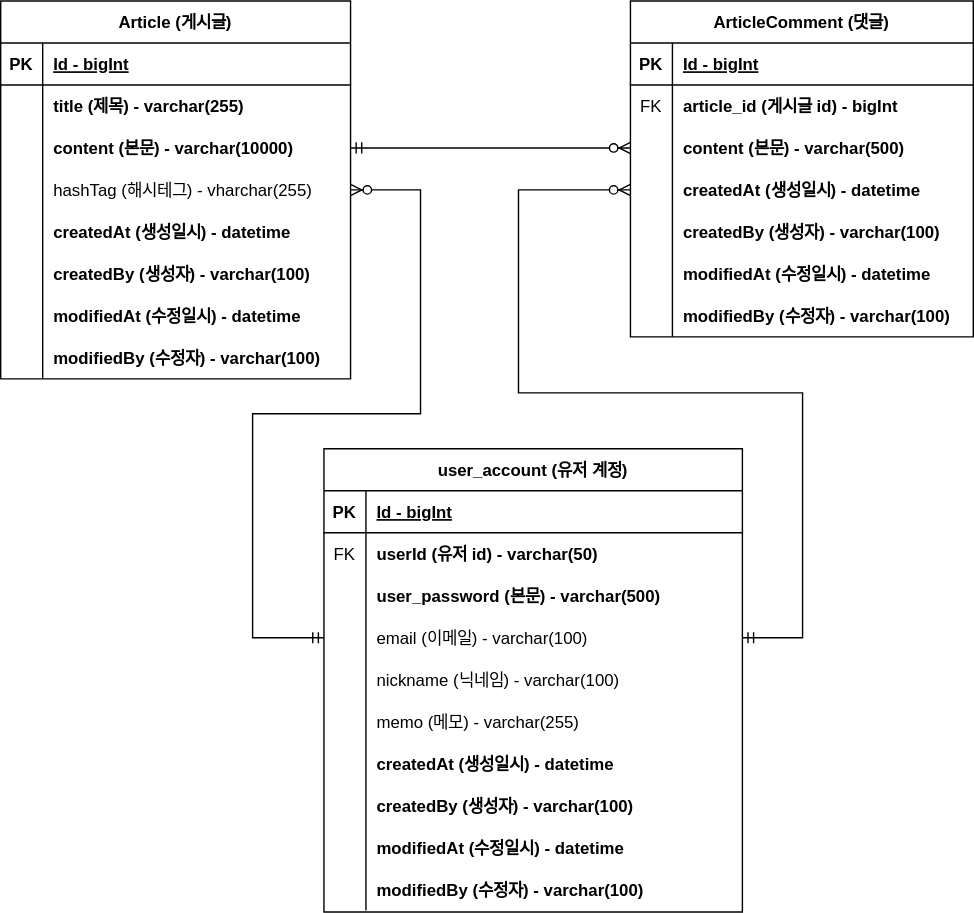
Before: document/project-board-erd.svg, a diagram exported from draw.io (jsc5023/boardProject). Source tidied: cells renumbered, new cells last; positions are measured from the earlier drawing's top-left corner, leaving out a move shared by most shapes.
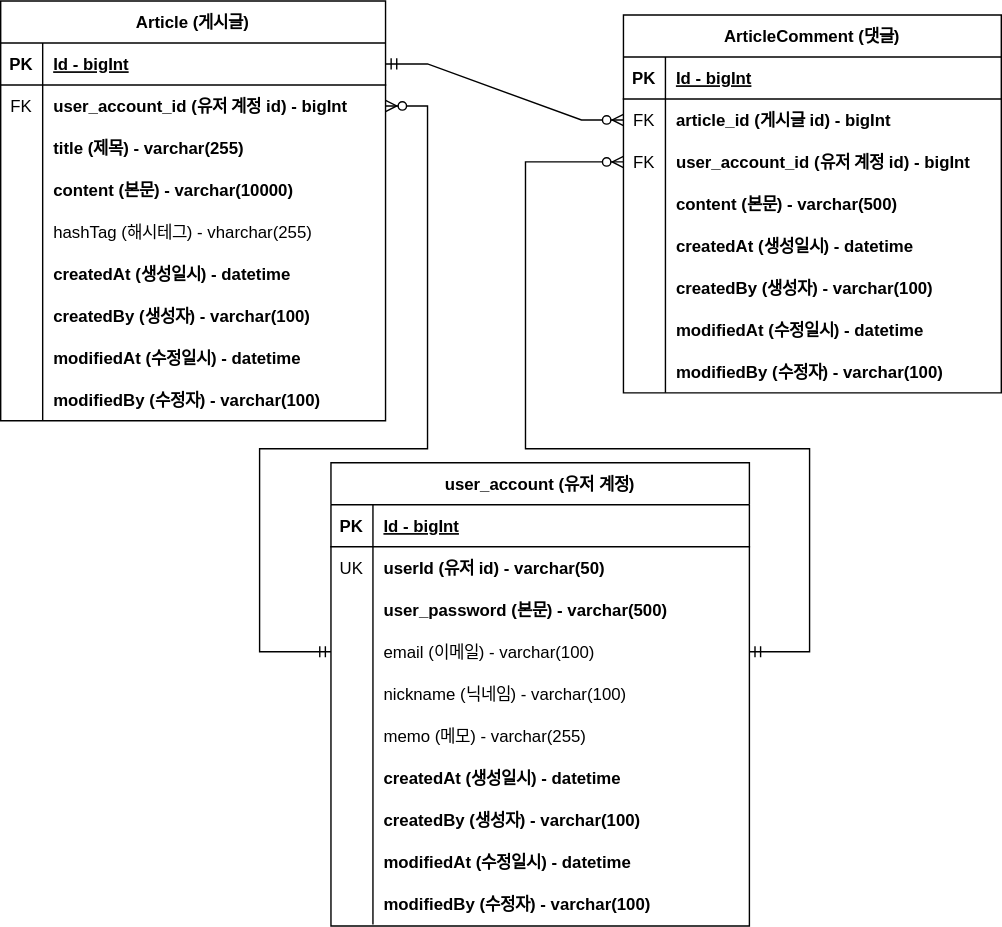
Later version of the same file.

Commit message:
#23 - Article,ArticleComment에 user_account_id 추가, 유저 계정 테이블에 FK -> UK로 userId 변경

The edit, as a diff of the source:
```diff
@@ -3,147 +3,165 @@
     <mxCell id="0" />
     <mxCell id="1" parent="0" />
     <mxCell id="2" value="Article (게시글)" style="shape=table;startSize=30;rowLines=0;fontStyle=1;align=center;" parent="1" vertex="1">
-      <mxGeometry width="250" height="270" as="geometry" />
+      <mxGeometry x="-5" y="-10" width="275" height="300" as="geometry" />
     </mxCell>
     <mxCell id="3" style="shape=tableRow;horizontal=0;startSize=0;swimlaneHead=0;swimlaneBody=0;fillColor=none;points=[[0,0.5],[1,0.5]];portConstraint=eastwest;top=0;left=0;right=0;bottom=1;" parent="2" vertex="1">
-      <mxGeometry y="30" width="250" height="30" as="geometry" />
+      <mxGeometry y="30" width="275" height="30" as="geometry" />
     </mxCell>
     <mxCell id="4" value="PK" style="shape=partialRectangle;fillColor=none;top=0;left=0;bottom=0;right=0;fontStyle=1;overflow=hidden;" parent="3" vertex="1">
       <mxGeometry width="30" height="30" as="geometry" />
     </mxCell>
     <mxCell id="5" value="Id - bigInt" style="shape=partialRectangle;fillColor=none;top=0;left=0;bottom=0;right=0;align=left;spacingLeft=6;fontStyle=5;overflow=hidden;" parent="3" vertex="1">
-      <mxGeometry x="30" width="220" height="30" as="geometry" />
+      <mxGeometry x="30" width="245" height="30" as="geometry" />
     </mxCell>
     <mxCell id="6" style="shape=tableRow;horizontal=0;startSize=0;swimlaneHead=0;swimlaneBody=0;fillColor=none;points=[[0,0.5],[1,0.5]];portConstraint=eastwest;top=0;left=0;right=0;bottom=0;" parent="2" vertex="1">
-      <mxGeometry y="60" width="250" height="30" as="geometry" />
+      <mxGeometry y="60" width="275" height="30" as="geometry" />
     </mxCell>
-    <mxCell id="7" style="shape=partialRectangle;fillColor=none;top=0;left=0;bottom=0;right=0;overflow=hidden;" parent="6" vertex="1">
+    <mxCell id="7" value="FK" style="shape=partialRectangle;fillColor=none;top=0;left=0;bottom=0;right=0;overflow=hidden;" parent="6" vertex="1">
       <mxGeometry width="30" height="30" as="geometry" />
     </mxCell>
-    <mxCell id="8" value="title (제목) - varchar(255)" style="shape=partialRectangle;fillColor=none;top=0;left=0;bottom=0;right=0;align=left;spacingLeft=6;overflow=hidden;fontStyle=1;" parent="6" vertex="1">
-      <mxGeometry x="30" width="220" height="30" as="geometry" />
+    <mxCell id="8" value="user_account_id (유저 계정 id) - bigInt" style="shape=partialRectangle;fillColor=none;top=0;left=0;bottom=0;right=0;align=left;spacingLeft=6;overflow=hidden;fontStyle=1;" parent="6" vertex="1">
+      <mxGeometry x="30" width="245" height="30" as="geometry" />
     </mxCell>
+    <mxCell id="83" style="shape=tableRow;horizontal=0;startSize=0;swimlaneHead=0;swimlaneBody=0;fillColor=none;top=0;left=0;right=0;bottom=0;" parent="2" vertex="1">
+      <mxGeometry y="90" width="275" height="30" as="geometry" />
+    </mxCell>
+    <mxCell id="84" style="shape=partialRectangle;fillColor=none;top=0;left=0;bottom=0;right=0;overflow=hidden;" parent="83" vertex="1">
+      <mxGeometry width="30" height="30" as="geometry" />
+    </mxCell>
+    <mxCell id="85" value="title (제목) - varchar(255)" style="shape=partialRectangle;fillColor=none;top=0;left=0;bottom=0;right=0;align=left;spacingLeft=6;overflow=hidden;fontStyle=1;" parent="83" vertex="1">
+      <mxGeometry x="30" width="245" height="30" as="geometry" />
+    </mxCell>
     <mxCell id="9" style="shape=tableRow;horizontal=0;startSize=0;swimlaneHead=0;swimlaneBody=0;fillColor=none;points=[[0,0.5],[1,0.5]];portConstraint=eastwest;top=0;left=0;right=0;bottom=0;" parent="2" vertex="1">
-      <mxGeometry y="90" width="250" height="30" as="geometry" />
+      <mxGeometry y="120" width="275" height="30" as="geometry" />
     </mxCell>
     <mxCell id="10" style="shape=partialRectangle;fillColor=none;top=0;left=0;bottom=0;right=0;overflow=hidden;" parent="9" vertex="1">
       <mxGeometry width="30" height="30" as="geometry" />
     </mxCell>
     <mxCell id="11" value="content (본문) - varchar(10000)" style="shape=partialRectangle;fillColor=none;top=0;left=0;bottom=0;right=0;align=left;spacingLeft=6;overflow=hidden;fontStyle=1;" parent="9" vertex="1">
-      <mxGeometry x="30" width="220" height="30" as="geometry" />
+      <mxGeometry x="30" width="245" height="30" as="geometry" />
     </mxCell>
     <mxCell id="12" style="shape=tableRow;horizontal=0;startSize=0;swimlaneHead=0;swimlaneBody=0;fillColor=none;points=[[0,0.5],[1,0.5]];portConstraint=eastwest;top=0;left=0;right=0;bottom=0;" parent="2" vertex="1">
-      <mxGeometry y="120" width="250" height="30" as="geometry" />
+      <mxGeometry y="150" width="275" height="30" as="geometry" />
     </mxCell>
     <mxCell id="13" style="shape=partialRectangle;fillColor=none;top=0;left=0;bottom=0;right=0;overflow=hidden;" parent="12" vertex="1">
       <mxGeometry width="30" height="30" as="geometry" />
     </mxCell>
     <mxCell id="14" value="hashTag (해시테그) - vharchar(255)" style="shape=partialRectangle;fillColor=none;top=0;left=0;bottom=0;right=0;align=left;spacingLeft=6;overflow=hidden;" parent="12" vertex="1">
-      <mxGeometry x="30" width="220" height="30" as="geometry" />
+      <mxGeometry x="30" width="245" height="30" as="geometry" />
     </mxCell>
     <mxCell id="15" style="shape=tableRow;horizontal=0;startSize=0;swimlaneHead=0;swimlaneBody=0;fillColor=none;top=0;left=0;right=0;bottom=0;" parent="2" vertex="1">
-      <mxGeometry y="150" width="250" height="30" as="geometry" />
+      <mxGeometry y="180" width="275" height="30" as="geometry" />
     </mxCell>
     <mxCell id="16" style="shape=partialRectangle;fillColor=none;top=0;left=0;bottom=0;right=0;overflow=hidden;" parent="15" vertex="1">
       <mxGeometry width="30" height="30" as="geometry" />
     </mxCell>
     <mxCell id="17" value="createdAt (생성일시) - datetime" style="shape=partialRectangle;fillColor=none;top=0;left=0;bottom=0;right=0;align=left;spacingLeft=6;overflow=hidden;fontStyle=1;" parent="15" vertex="1">
-      <mxGeometry x="30" width="220" height="30" as="geometry" />
+      <mxGeometry x="30" width="245" height="30" as="geometry" />
     </mxCell>
     <mxCell id="18" style="shape=tableRow;horizontal=0;startSize=0;swimlaneHead=0;swimlaneBody=0;fillColor=none;top=0;left=0;right=0;bottom=0;" parent="2" vertex="1">
-      <mxGeometry y="180" width="250" height="30" as="geometry" />
+      <mxGeometry y="210" width="275" height="30" as="geometry" />
     </mxCell>
     <mxCell id="19" style="shape=partialRectangle;fillColor=none;top=0;left=0;bottom=0;right=0;overflow=hidden;" parent="18" vertex="1">
       <mxGeometry width="30" height="30" as="geometry" />
     </mxCell>
     <mxCell id="20" value="createdBy (생성자) - varchar(100)" style="shape=partialRectangle;fillColor=none;top=0;left=0;bottom=0;right=0;align=left;spacingLeft=6;overflow=hidden;fontStyle=1;" parent="18" vertex="1">
-      <mxGeometry x="30" width="220" height="30" as="geometry" />
+      <mxGeometry x="30" width="245" height="30" as="geometry" />
     </mxCell>
     <mxCell id="21" style="shape=tableRow;horizontal=0;startSize=0;swimlaneHead=0;swimlaneBody=0;fillColor=none;top=0;left=0;right=0;bottom=0;" parent="2" vertex="1">
-      <mxGeometry y="210" width="250" height="30" as="geometry" />
+      <mxGeometry y="240" width="275" height="30" as="geometry" />
     </mxCell>
     <mxCell id="22" style="shape=partialRectangle;fillColor=none;top=0;left=0;bottom=0;right=0;overflow=hidden;" parent="21" vertex="1">
       <mxGeometry width="30" height="30" as="geometry" />
     </mxCell>
     <mxCell id="23" value="modifiedAt (수정일시) - datetime" style="shape=partialRectangle;fillColor=none;top=0;left=0;bottom=0;right=0;align=left;spacingLeft=6;overflow=hidden;fontStyle=1;" parent="21" vertex="1">
-      <mxGeometry x="30" width="220" height="30" as="geometry" />
+      <mxGeometry x="30" width="245" height="30" as="geometry" />
     </mxCell>
     <mxCell id="24" style="shape=tableRow;horizontal=0;startSize=0;swimlaneHead=0;swimlaneBody=0;fillColor=none;top=0;left=0;right=0;bottom=0;" parent="2" vertex="1">
-      <mxGeometry y="240" width="250" height="30" as="geometry" />
+      <mxGeometry y="270" width="275" height="30" as="geometry" />
     </mxCell>
     <mxCell id="25" style="shape=partialRectangle;fillColor=none;top=0;left=0;bottom=0;right=0;overflow=hidden;" parent="24" vertex="1">
       <mxGeometry width="30" height="30" as="geometry" />
     </mxCell>
     <mxCell id="26" value="modifiedBy (수정자) - varchar(100)" style="shape=partialRectangle;fillColor=none;top=0;left=0;bottom=0;right=0;align=left;spacingLeft=6;overflow=hidden;fontStyle=1;" parent="24" vertex="1">
-      <mxGeometry x="30" width="220" height="30" as="geometry" />
+      <mxGeometry x="30" width="245" height="30" as="geometry" />
     </mxCell>
     <mxCell id="27" value="ArticleComment (댓글)" style="shape=table;startSize=30;rowLines=0;fontStyle=1;align=center;" parent="1" vertex="1">
-      <mxGeometry x="450" width="245" height="240" as="geometry" />
+      <mxGeometry x="440" width="270" height="270" as="geometry" />
     </mxCell>
     <mxCell id="28" style="shape=tableRow;horizontal=0;startSize=0;swimlaneHead=0;swimlaneBody=0;fillColor=none;top=0;left=0;right=0;bottom=1;" parent="27" vertex="1">
-      <mxGeometry y="30" width="245" height="30" as="geometry" />
+      <mxGeometry y="30" width="270" height="30" as="geometry" />
     </mxCell>
     <mxCell id="29" value="PK" style="shape=partialRectangle;fillColor=none;top=0;left=0;bottom=0;right=0;fontStyle=1;overflow=hidden;" parent="28" vertex="1">
       <mxGeometry width="30" height="30" as="geometry" />
     </mxCell>
     <mxCell id="30" value="Id - bigInt" style="shape=partialRectangle;fillColor=none;top=0;left=0;bottom=0;right=0;align=left;spacingLeft=6;fontStyle=5;overflow=hidden;" parent="28" vertex="1">
-      <mxGeometry x="30" width="215" height="30" as="geometry" />
+      <mxGeometry x="30" width="240" height="30" as="geometry" />
     </mxCell>
     <mxCell id="31" style="shape=tableRow;horizontal=0;startSize=0;swimlaneHead=0;swimlaneBody=0;fillColor=none;points=[[0,0.5],[1,0.5]];portConstraint=eastwest;top=0;left=0;right=0;bottom=0;" parent="27" vertex="1">
-      <mxGeometry y="60" width="245" height="30" as="geometry" />
+      <mxGeometry y="60" width="270" height="30" as="geometry" />
     </mxCell>
     <mxCell id="32" value="FK" style="shape=partialRectangle;fillColor=none;top=0;left=0;bottom=0;right=0;overflow=hidden;" parent="31" vertex="1">
       <mxGeometry width="30" height="30" as="geometry" />
     </mxCell>
     <mxCell id="33" value="article_id (게시글 id) - bigInt" style="shape=partialRectangle;fillColor=none;top=0;left=0;bottom=0;right=0;align=left;spacingLeft=6;overflow=hidden;fontStyle=1;" parent="31" vertex="1">
-      <mxGeometry x="30" width="215" height="30" as="geometry" />
+      <mxGeometry x="30" width="240" height="30" as="geometry" />
     </mxCell>
+    <mxCell id="86" style="shape=tableRow;horizontal=0;startSize=0;swimlaneHead=0;swimlaneBody=0;fillColor=none;points=[[0,0.5],[1,0.5]];portConstraint=eastwest;top=0;left=0;right=0;bottom=0;" parent="27" vertex="1">
+      <mxGeometry y="90" width="270" height="30" as="geometry" />
+    </mxCell>
+    <mxCell id="87" value="FK" style="shape=partialRectangle;fillColor=none;top=0;left=0;bottom=0;right=0;overflow=hidden;" parent="86" vertex="1">
+      <mxGeometry width="30" height="30" as="geometry" />
+    </mxCell>
+    <mxCell id="88" value="user_account_id (유저 계정 id) - bigInt" style="shape=partialRectangle;fillColor=none;top=0;left=0;bottom=0;right=0;align=left;spacingLeft=6;overflow=hidden;fontStyle=1;" parent="86" vertex="1">
+      <mxGeometry x="30" width="240" height="30" as="geometry" />
+    </mxCell>
     <mxCell id="34" style="shape=tableRow;horizontal=0;startSize=0;swimlaneHead=0;swimlaneBody=0;fillColor=none;points=[[0,0.5],[1,0.5]];portConstraint=eastwest;top=0;left=0;right=0;bottom=0;" parent="27" vertex="1">
-      <mxGeometry y="90" width="245" height="30" as="geometry" />
+      <mxGeometry y="120" width="270" height="30" as="geometry" />
     </mxCell>
     <mxCell id="35" style="shape=partialRectangle;fillColor=none;top=0;left=0;bottom=0;right=0;overflow=hidden;" parent="34" vertex="1">
       <mxGeometry width="30" height="30" as="geometry" />
     </mxCell>
     <mxCell id="36" value="content (본문) - varchar(500)" style="shape=partialRectangle;fillColor=none;top=0;left=0;bottom=0;right=0;align=left;spacingLeft=6;overflow=hidden;fontStyle=1;" parent="34" vertex="1">
-      <mxGeometry x="30" width="215" height="30" as="geometry" />
+      <mxGeometry x="30" width="240" height="30" as="geometry" />
     </mxCell>
     <mxCell id="37" style="shape=tableRow;horizontal=0;startSize=0;swimlaneHead=0;swimlaneBody=0;fillColor=none;points=[[0,0.5],[1,0.5]];portConstraint=eastwest;top=0;left=0;right=0;bottom=0;" parent="27" vertex="1">
-      <mxGeometry y="120" width="245" height="30" as="geometry" />
+      <mxGeometry y="150" width="270" height="30" as="geometry" />
     </mxCell>
     <mxCell id="38" style="shape=partialRectangle;fillColor=none;top=0;left=0;bottom=0;right=0;overflow=hidden;" parent="37" vertex="1">
       <mxGeometry width="30" height="30" as="geometry" />
     </mxCell>
     <mxCell id="39" value="createdAt (생성일시) - datetime" style="shape=partialRectangle;fillColor=none;top=0;left=0;bottom=0;right=0;align=left;spacingLeft=6;overflow=hidden;fontStyle=1;" parent="37" vertex="1">
-      <mxGeometry x="30" width="215" height="30" as="geometry" />
+      <mxGeometry x="30" width="240" height="30" as="geometry" />
     </mxCell>
     <mxCell id="40" style="shape=tableRow;horizontal=0;startSize=0;swimlaneHead=0;swimlaneBody=0;fillColor=none;top=0;left=0;right=0;bottom=0;" parent="27" vertex="1">
-      <mxGeometry y="150" width="245" height="30" as="geometry" />
+      <mxGeometry y="180" width="270" height="30" as="geometry" />
     </mxCell>
     <mxCell id="41" style="shape=partialRectangle;fillColor=none;top=0;left=0;bottom=0;right=0;overflow=hidden;" parent="40" vertex="1">
       <mxGeometry width="30" height="30" as="geometry" />
     </mxCell>
     <mxCell id="42" value="createdBy (생성자) - varchar(100)" style="shape=partialRectangle;fillColor=none;top=0;left=0;bottom=0;right=0;align=left;spacingLeft=6;overflow=hidden;fontStyle=1;" parent="40" vertex="1">
-      <mxGeometry x="30" width="215" height="30" as="geometry" />
+      <mxGeometry x="30" width="240" height="30" as="geometry" />
     </mxCell>
     <mxCell id="43" style="shape=tableRow;horizontal=0;startSize=0;swimlaneHead=0;swimlaneBody=0;fillColor=none;top=0;left=0;right=0;bottom=0;" parent="27" vertex="1">
-      <mxGeometry y="180" width="245" height="30" as="geometry" />
+      <mxGeometry y="210" width="270" height="30" as="geometry" />
     </mxCell>
     <mxCell id="44" style="shape=partialRectangle;fillColor=none;top=0;left=0;bottom=0;right=0;overflow=hidden;" parent="43" vertex="1">
       <mxGeometry width="30" height="30" as="geometry" />
     </mxCell>
     <mxCell id="45" value="modifiedAt (수정일시) - datetime" style="shape=partialRectangle;fillColor=none;top=0;left=0;bottom=0;right=0;align=left;spacingLeft=6;overflow=hidden;fontStyle=1;" parent="43" vertex="1">
-      <mxGeometry x="30" width="215" height="30" as="geometry" />
+      <mxGeometry x="30" width="240" height="30" as="geometry" />
     </mxCell>
     <mxCell id="46" style="shape=tableRow;horizontal=0;startSize=0;swimlaneHead=0;swimlaneBody=0;fillColor=none;top=0;left=0;right=0;bottom=0;" parent="27" vertex="1">
-      <mxGeometry y="210" width="245" height="30" as="geometry" />
+      <mxGeometry y="240" width="270" height="30" as="geometry" />
     </mxCell>
     <mxCell id="47" style="shape=partialRectangle;fillColor=none;top=0;left=0;bottom=0;right=0;overflow=hidden;" parent="46" vertex="1">
       <mxGeometry width="30" height="30" as="geometry" />
     </mxCell>
     <mxCell id="48" value="modifiedBy (수정자) - varchar(100)" style="shape=partialRectangle;fillColor=none;top=0;left=0;bottom=0;right=0;align=left;spacingLeft=6;overflow=hidden;fontStyle=1;" parent="46" vertex="1">
-      <mxGeometry x="30" width="215" height="30" as="geometry" />
+      <mxGeometry x="30" width="240" height="30" as="geometry" />
     </mxCell>
-    <mxCell id="49" style="edgeStyle=entityRelationEdgeStyle;fontSize=12;html=1;endArrow=ERzeroToMany;startArrow=ERmandOne;rounded=0;exitX=1;exitY=0.5;exitDx=0;exitDy=0;entryX=0;entryY=0.5;entryDx=0;entryDy=0;" parent="1" edge="1" source="9" target="34">
+    <mxCell id="49" style="edgeStyle=entityRelationEdgeStyle;fontSize=12;html=1;endArrow=ERzeroToMany;startArrow=ERmandOne;rounded=0;exitX=1;exitY=0.5;exitDx=0;exitDy=0;entryX=0;entryY=0.5;entryDx=0;entryDy=0;" parent="1" edge="1" source="3" target="31">
       <mxGeometry relative="1" as="geometry" />
     </mxCell>
     <mxCell id="50" value="user_account (유저 계정)" style="shape=table;startSize=30;rowLines=0;fontStyle=1;align=center;" parent="1" vertex="1">
@@ -161,7 +179,7 @@
     <mxCell id="54" style="shape=tableRow;horizontal=0;startSize=0;swimlaneHead=0;swimlaneBody=0;fillColor=none;top=0;left=0;right=0;bottom=0;" parent="50" vertex="1">
       <mxGeometry y="60" width="299" height="30" as="geometry" />
     </mxCell>
-    <mxCell id="55" value="FK" style="shape=partialRectangle;fillColor=none;top=0;left=0;bottom=0;right=0;overflow=hidden;" parent="54" vertex="1">
+    <mxCell id="55" value="UK" style="shape=partialRectangle;fillColor=none;top=0;left=0;bottom=0;right=0;overflow=hidden;" parent="54" vertex="1">
       <mxGeometry width="30" height="30" as="geometry" />
     </mxCell>
     <mxCell id="56" value="userId (유저 id) - varchar(50)" style="shape=partialRectangle;fillColor=none;top=0;left=0;bottom=0;right=0;align=left;spacingLeft=6;overflow=hidden;fontStyle=1;" parent="54" vertex="1">
@@ -239,23 +257,23 @@
     <mxCell id="80" value="modifiedBy (수정자) - varchar(100)" style="shape=partialRectangle;fillColor=none;top=0;left=0;bottom=0;right=0;align=left;spacingLeft=6;overflow=hidden;fontStyle=1;" parent="78" vertex="1">
       <mxGeometry x="30" width="269" height="30" as="geometry" />
     </mxCell>
-    <mxCell id="81" style="fontSize=12;html=1;endArrow=ERzeroToMany;startArrow=ERmandOne;rounded=0;fontColor=none;entryX=1;entryY=0.5;entryDx=0;entryDy=0;exitX=0;exitY=0.5;exitDx=0;exitDy=0;edgeStyle=orthogonalEdgeStyle;elbow=vertical;" parent="1" edge="1" source="60" target="12">
+    <mxCell id="81" style="fontSize=12;html=1;endArrow=ERzeroToMany;startArrow=ERmandOne;rounded=0;fontColor=none;entryX=1;entryY=0.5;entryDx=0;entryDy=0;exitX=0;exitY=0.5;exitDx=0;exitDy=0;edgeStyle=orthogonalEdgeStyle;elbow=vertical;" parent="1" edge="1" source="60" target="6">
       <mxGeometry relative="1" as="geometry">
         <Array as="points">
           <mxPoint x="180" y="455" />
-          <mxPoint x="180" y="295" />
-          <mxPoint x="300" y="295" />
-          <mxPoint x="300" y="135" />
+          <mxPoint x="180" y="310" />
+          <mxPoint x="300" y="310" />
+          <mxPoint x="300" y="65" />
         </Array>
       </mxGeometry>
     </mxCell>
-    <mxCell id="82" style="fontSize=12;html=1;endArrow=ERzeroToMany;startArrow=ERmandOne;rounded=0;fontColor=none;entryX=0;entryY=0.5;entryDx=0;entryDy=0;exitX=1;exitY=0.5;exitDx=0;exitDy=0;edgeStyle=orthogonalEdgeStyle;elbow=vertical;" parent="1" edge="1" source="60" target="37">
+    <mxCell id="82" style="fontSize=12;html=1;endArrow=ERzeroToMany;startArrow=ERmandOne;rounded=0;fontColor=none;entryX=0;entryY=0.5;entryDx=0;entryDy=0;exitX=1;exitY=0.5;exitDx=0;exitDy=0;edgeStyle=orthogonalEdgeStyle;elbow=vertical;" parent="1" edge="1" source="60" target="86">
       <mxGeometry relative="1" as="geometry">
         <Array as="points">
           <mxPoint x="573" y="455" />
-          <mxPoint x="573" y="280" />
-          <mxPoint x="370" y="280" />
-          <mxPoint x="370" y="135" />
+          <mxPoint x="573" y="310" />
+          <mxPoint x="370" y="310" />
+          <mxPoint x="370" y="105" />
         </Array>
       </mxGeometry>
     </mxCell>
```
